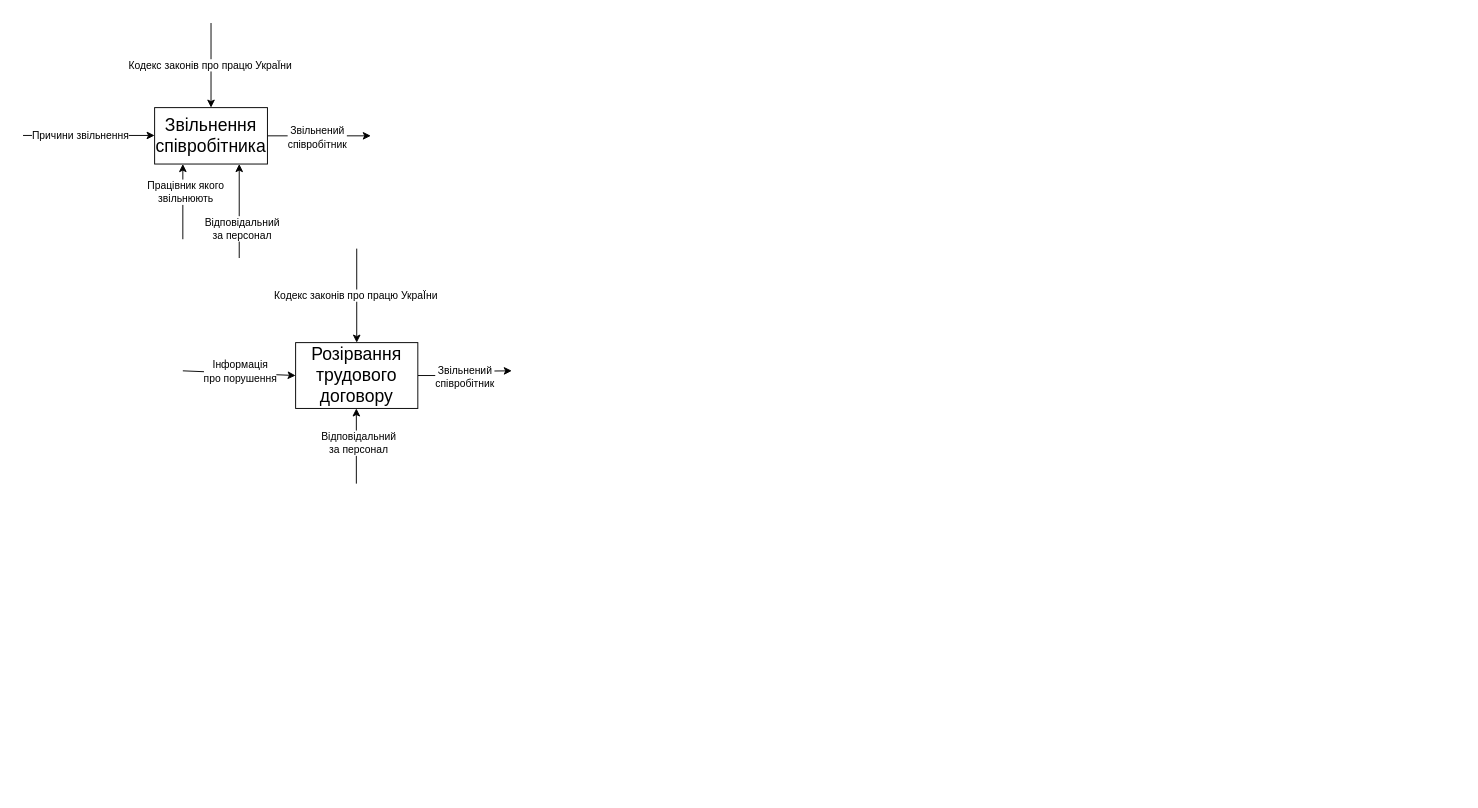
yelyzaveta-sa/lesson keeps this draw.io diagram as Practic_7.drawio. Above is the earlier version. Source tidied: cells renumbered, new cells numbered last; positions are measured from the earlier drawing's top-left corner, leaving out a move shared by most shapes. Both pictures are drawn from the tidied source at 94%, with x=0, y=0 at pixel (23, 23).
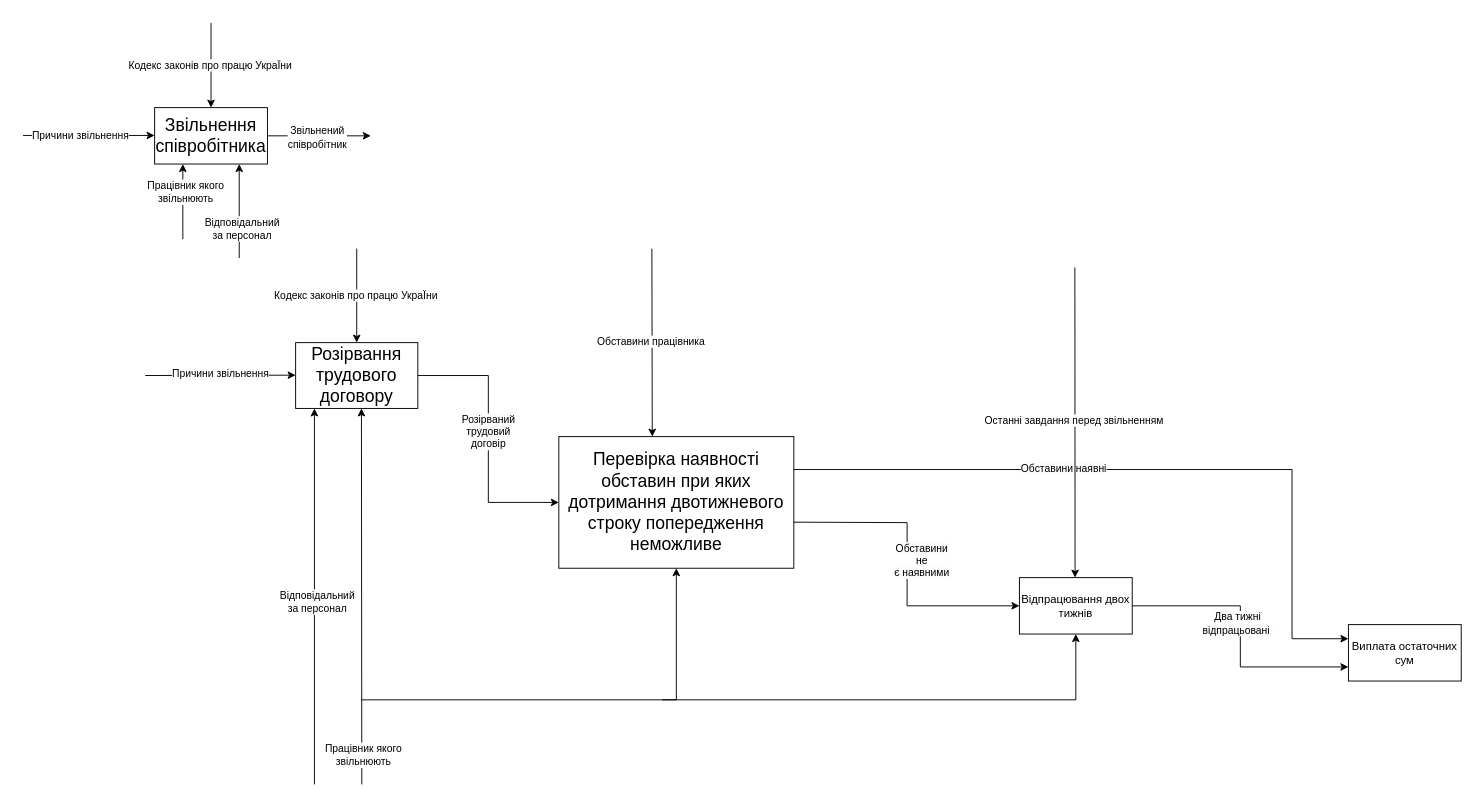
Above is the later version.

The change refers to these unchanged cells:
```xml
<mxCell id="13" value="&lt;font face=&quot;Calibri, sans-serif&quot;&gt;&lt;span style=&quot;font-size: 18.6667px;&quot;&gt;Розірвання трудового договору&lt;/span&gt;&lt;/font&gt;" style="rounded=0;whiteSpace=wrap;html=1;" parent="1" vertex="1">
  <mxGeometry x="290" y="340" width="130" height="70" as="geometry" />
</mxCell>
```

Diff of the diagram source:
```diff
@@
-    <mxCell id="11" style="edgeStyle=orthogonalEdgeStyle;rounded=0;jettySize=auto;html=1;" parent="1" edge="1" source="13">
-      <mxGeometry relative="1" as="geometry">
-        <mxPoint x="520" y="370" as="targetPoint" />
-      </mxGeometry>
+    <mxCell id="11" style="edgeStyle=orthogonalEdgeStyle;rounded=0;jettySize=auto;html=1;entryX=0;entryY=0.5;entryDx=0;entryDy=0;" parent="1" edge="1" source="13" target="27">
+      <mxGeometry relative="1" as="geometry" />
     </mxCell>
-    <mxCell id="12" value="Звільнений&lt;div&gt;співробітник&lt;/div&gt;" style="edgeLabel;html=1;align=center;verticalAlign=middle;" parent="11" vertex="1">
+    <mxCell id="12" value="&lt;span style=&quot;text-wrap-mode: wrap; background-color: rgb(251, 251, 251); line-height: 100%;&quot;&gt;&lt;font face=&quot;Helvetica&quot;&gt;Розірваний трудовий договір&lt;/font&gt;&lt;/span&gt;" style="edgeLabel;html=1;align=center;verticalAlign=middle;" parent="11" vertex="1">
       <mxGeometry x="-0.06" y="-1" relative="1" as="geometry" />
     </mxCell>
@@
-    <mxCell id="16" style="endArrow=classic;html=1;rounded=0;entryX=0;entryY=0.5;entryDx=0;entryDy=0;" parent="1" edge="1" target="13">
+    <mxCell id="16" style="endArrow=classic;html=1;rounded=0;entryX=0;entryY=0.5;entryDx=0;entryDy=0;" parent="1" edge="1">
       <mxGeometry relative="1" as="geometry">
-        <mxPoint x="170" y="370" as="sourcePoint" />
+        <mxPoint x="130" y="375" as="sourcePoint" />
+        <mxPoint x="290" y="374.6" as="targetPoint" />
       </mxGeometry>
     </mxCell>
-    <mxCell id="17" value="Інформація&lt;div&gt;про порушення&lt;/div&gt;" style="edgeLabel;html=1;align=center;verticalAlign=middle;" parent="16" vertex="1">
+    <mxCell id="17" value="Причини звільнення" style="edgeLabel;html=1;align=center;verticalAlign=middle;" parent="16" vertex="1">
       <mxGeometry y="2" relative="1" as="geometry" />
     </mxCell>
-    <mxCell id="18" style="endArrow=classic;html=1;rounded=0;" parent="1" edge="1">
-      <mxGeometry relative="1" as="geometry">
-        <mxPoint x="354.6" y="490" as="sourcePoint" />
-        <mxPoint x="354.6" y="410" as="targetPoint" />
-      </mxGeometry>
-    </mxCell>
-    <mxCell id="19" value="Відповідальний&lt;div&gt;за персонал&lt;/div&gt;" style="edgeLabel;html=1;align=center;verticalAlign=middle;" parent="18" vertex="1">
-      <mxGeometry x="0.09" y="-2" relative="1" as="geometry" />
-    </mxCell>
@@
+    <mxCell id="22" style="endArrow=classic;html=1;rounded=0;" parent="1" edge="1">
+      <mxGeometry relative="1" as="geometry">
+        <mxPoint x="310" y="810" as="sourcePoint" />
+        <mxPoint x="310" y="410" as="targetPoint" />
+      </mxGeometry>
+    </mxCell>
+    <mxCell id="19" value="Відповідальний&lt;div&gt;за персонал&lt;/div&gt;" style="edgeLabel;html=1;align=center;verticalAlign=middle;" parent="22" vertex="1">
+      <mxGeometry x="0.09" y="-2" relative="1" as="geometry">
+        <mxPoint y="23" as="offset" />
+      </mxGeometry>
+    </mxCell>
+    <mxCell id="23" style="endArrow=classic;html=1;rounded=0;entryX=0.25;entryY=1;entryDx=0;entryDy=0;" parent="1" edge="1">
+      <mxGeometry relative="1" as="geometry">
+        <mxPoint x="360.4" y="810" as="sourcePoint" />
+        <mxPoint x="360" y="410" as="targetPoint" />
+      </mxGeometry>
+    </mxCell>
+    <mxCell id="24" value="Працівник якого&lt;div&gt;звільнюють&lt;/div&gt;" style="edgeLabel;html=1;align=center;verticalAlign=middle;" parent="23" vertex="1">
+      <mxGeometry x="0.09" y="-2" relative="1" as="geometry">
+        <mxPoint x="-1" y="187" as="offset" />
+      </mxGeometry>
+    </mxCell>
+    <mxCell id="25" style="edgeStyle=orthogonalEdgeStyle;rounded=0;jettySize=auto;html=1;exitX=1;exitY=0.25;exitDx=0;exitDy=0;entryX=0;entryY=0.25;entryDx=0;entryDy=0;" parent="1" edge="1" source="27" target="39">
+      <mxGeometry relative="1" as="geometry">
+        <Array as="points">
+          <mxPoint x="1350" y="475" />
+          <mxPoint x="1350" y="655" />
+        </Array>
+      </mxGeometry>
+    </mxCell>
+    <mxCell id="26" value="&lt;font&gt;&lt;span style=&quot;font-family: Calibri, sans-serif; text-wrap-mode: wrap; background-color: rgb(251, 251, 251);&quot;&gt;Обставини&amp;nbsp;&lt;/span&gt;&lt;span style=&quot;font-family: Calibri, sans-serif; text-wrap-mode: wrap; background-color: rgb(251, 251, 251);&quot;&gt;наявні&lt;/span&gt;&lt;/font&gt;" style="edgeLabel;html=1;align=center;verticalAlign=middle;" parent="25" vertex="1">
+      <mxGeometry x="-0.36" y="2" relative="1" as="geometry">
+        <mxPoint x="40" as="offset" />
+      </mxGeometry>
+    </mxCell>
+    <mxCell id="27" value="&lt;font face=&quot;Calibri, sans-serif&quot;&gt;&lt;span style=&quot;font-size: 18.6667px;&quot;&gt;Перевірка наявності обставин при яких дотримання двотижневого строку попередження неможливе&lt;/span&gt;&lt;/font&gt;" style="rounded=0;whiteSpace=wrap;html=1;" parent="1" vertex="1">
+      <mxGeometry x="570" y="440" width="250" height="140" as="geometry" />
+    </mxCell>
+    <mxCell id="28" style="endArrow=classic;html=1;rounded=0;entryX=0.5;entryY=0;entryDx=0;entryDy=0;" parent="1" edge="1">
+      <mxGeometry relative="1" as="geometry">
+        <mxPoint x="669" y="240" as="sourcePoint" />
+        <mxPoint x="669.4" y="440" as="targetPoint" />
+      </mxGeometry>
+    </mxCell>
+    <mxCell id="29" value="Обставини працівника" style="edgeLabel;html=1;align=center;verticalAlign=middle;" parent="28" vertex="1">
+      <mxGeometry x="-0.02" y="-2" relative="1" as="geometry" />
+    </mxCell>
+    <mxCell id="30" style="endArrow=classic;html=1;rounded=0;entryX=0.5;entryY=1;entryDx=0;entryDy=0;" parent="1" edge="1" target="27">
+      <mxGeometry relative="1" as="geometry">
+        <mxPoint x="360" y="720" as="sourcePoint" />
+        <Array as="points">
+          <mxPoint x="695" y="720" />
+        </Array>
+      </mxGeometry>
+    </mxCell>
+    <mxCell id="31" style="edgeStyle=orthogonalEdgeStyle;rounded=0;jettySize=auto;html=1;entryX=0;entryY=0.5;entryDx=0;entryDy=0;" parent="1" edge="1" target="35">
+      <mxGeometry relative="1" as="geometry">
+        <mxPoint x="820" y="531" as="sourcePoint" />
+      </mxGeometry>
+    </mxCell>
+    <mxCell id="32" value="&lt;font&gt;&lt;span style=&quot;font-family: Calibri, sans-serif; text-wrap-mode: wrap; background-color: rgb(251, 251, 251);&quot;&gt;Обставини не є&amp;nbsp;&lt;/span&gt;&lt;span style=&quot;font-family: Calibri, sans-serif; text-wrap-mode: wrap; background-color: rgb(251, 251, 251);&quot;&gt;наявними&lt;/span&gt;&lt;/font&gt;" style="edgeLabel;html=1;align=center;verticalAlign=middle;" parent="31" vertex="1">
+      <mxGeometry x="-0.36" y="2" relative="1" as="geometry">
+        <mxPoint x="30" y="42" as="offset" />
+      </mxGeometry>
+    </mxCell>
+    <mxCell id="33" style="edgeStyle=orthogonalEdgeStyle;rounded=0;jettySize=auto;html=1;entryX=0;entryY=0.75;entryDx=0;entryDy=0;" parent="1" edge="1" source="35" target="39">
+      <mxGeometry relative="1" as="geometry" />
+    </mxCell>
+    <mxCell id="34" value="&lt;span style=&quot;text-wrap-mode: wrap; background-color: rgb(251, 251, 251);&quot;&gt;&lt;font&gt;Два тижні в&lt;/font&gt;&lt;/span&gt;&lt;span style=&quot;text-wrap-mode: wrap; background-color: rgb(251, 251, 251);&quot;&gt;ідпрацьовані&amp;nbsp;&lt;/span&gt;" style="edgeLabel;html=1;align=center;verticalAlign=middle;" parent="33" vertex="1">
+      <mxGeometry x="-0.1" y="-4" relative="1" as="geometry" />
+    </mxCell>
+    <mxCell id="35" value="Відпрацювання двох тижнів" style="rounded=0;whiteSpace=wrap;html=1;" parent="1" vertex="1">
+      <mxGeometry x="1060" y="590" width="120" height="60" as="geometry" />
+    </mxCell>
+    <mxCell id="36" style="endArrow=classic;html=1;rounded=0;entryX=0.5;entryY=1;entryDx=0;entryDy=0;" parent="1" edge="1" target="35">
+      <mxGeometry relative="1" as="geometry">
+        <mxPoint x="680" y="720" as="sourcePoint" />
+        <Array as="points">
+          <mxPoint x="1120" y="720" />
+        </Array>
+      </mxGeometry>
+    </mxCell>
+    <mxCell id="37" style="endArrow=classic;html=1;rounded=0;entryX=0.5;entryY=0;entryDx=0;entryDy=0;" parent="1" edge="1">
+      <mxGeometry relative="1" as="geometry">
+        <mxPoint x="1119" y="260" as="sourcePoint" />
+        <mxPoint x="1119.2" y="590" as="targetPoint" />
+      </mxGeometry>
+    </mxCell>
+    <mxCell id="38" value="Останні завдання перед звільненням" style="edgeLabel;html=1;align=center;verticalAlign=middle;" parent="37" vertex="1">
+      <mxGeometry x="-0.02" y="-2" relative="1" as="geometry" />
+    </mxCell>
+    <mxCell id="39" value="Виплата остаточних сум" style="rounded=0;whiteSpace=wrap;html=1;" parent="1" vertex="1">
+      <mxGeometry x="1410" y="640" width="120" height="60" as="geometry" />
+    </mxCell>
```
